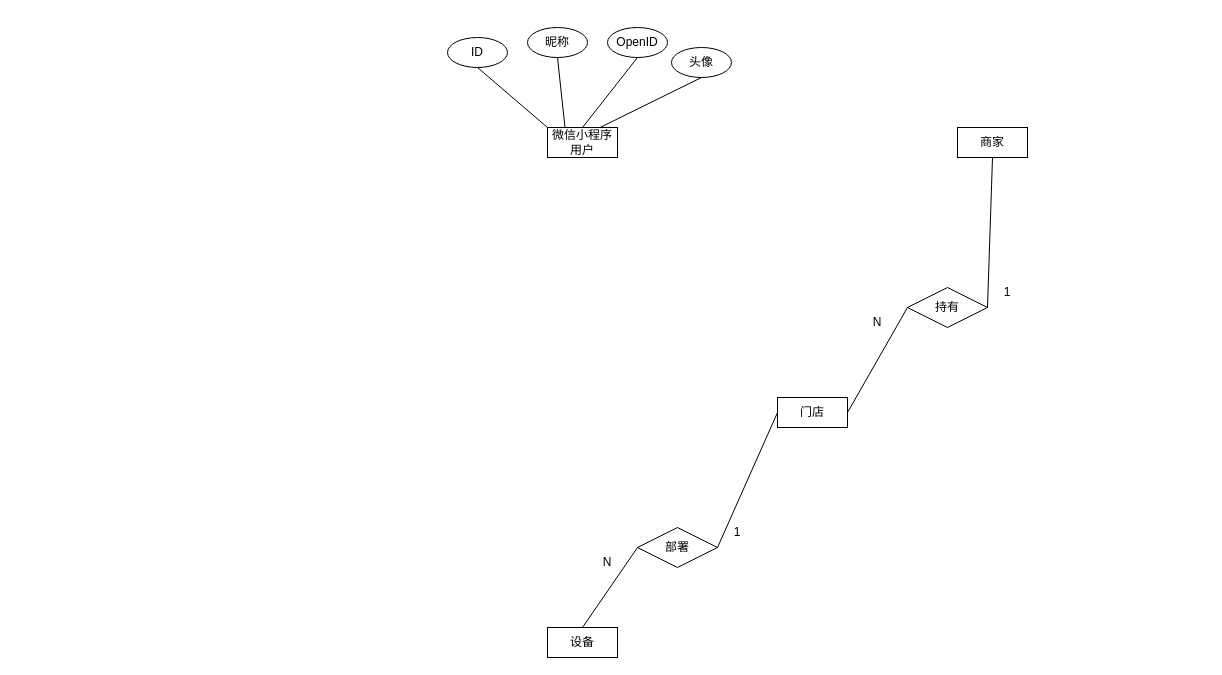
hxb-qwe/yunzhishou keeps this draw.io diagram as 云值守.drawio. Above is the earlier version. Source tidied: cells renumbered, new cells numbered last; positions are measured from the earlier drawing's top-left corner, leaving out a move shared by most shapes. Both pictures are drawn from the tidied source at 100%, with x=0, y=0 at pixel (447, 27).
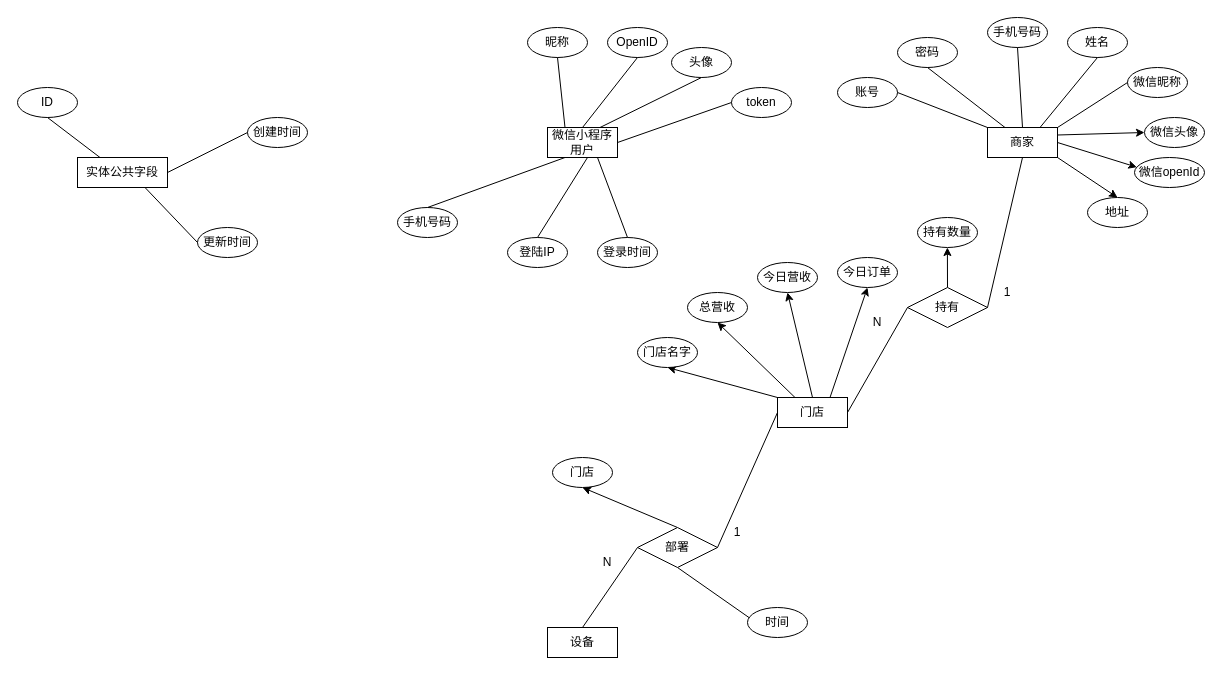
Above is the later version.

Commit message:
更新云值守.drawio

Unchanged cells that the change refers to:
```xml
<mxCell id="2" value="微信小程序用户" style="rounded=0;whiteSpace=wrap;html=1;" parent="1" vertex="1">
  <mxGeometry x="100" y="100" width="70" height="30" as="geometry" />
</mxCell>
<mxCell id="4" value="门店" style="rounded=0;whiteSpace=wrap;html=1;" parent="1" vertex="1">
  <mxGeometry x="330" y="370" width="70" height="30" as="geometry" />
</mxCell>
<mxCell id="5" value="持有" style="rhombus;whiteSpace=wrap;html=1;" parent="1" vertex="1">
  <mxGeometry x="460" y="260" width="80" height="40" as="geometry" />
</mxCell>
<mxCell id="12" value="部署" style="rhombus;whiteSpace=wrap;html=1;" parent="1" vertex="1">
  <mxGeometry x="190" y="500" width="80" height="40" as="geometry" />
</mxCell>
```

Change to the diagram source:
```diff
@@
+    <mxCell id="25" style="edgeStyle=none;rounded=0;jettySize=auto;html=1;exitX=1;exitY=0.25;exitDx=0;exitDy=0;entryX=0;entryY=0.5;entryDx=0;entryDy=0;" parent="1" edge="1" source="3" target="56">
+      <mxGeometry relative="1" as="geometry" />
+    </mxCell>
+    <mxCell id="26" style="edgeStyle=none;rounded=0;jettySize=auto;html=1;exitX=1;exitY=0.5;exitDx=0;exitDy=0;entryX=0.033;entryY=0.323;entryDx=0;entryDy=0;entryPerimeter=0;" parent="1" edge="1" source="3" target="57">
+      <mxGeometry relative="1" as="geometry" />
+    </mxCell>
+    <mxCell id="27" style="edgeStyle=none;rounded=0;jettySize=auto;html=1;exitX=1;exitY=1;exitDx=0;exitDy=0;entryX=0.5;entryY=0;entryDx=0;entryDy=0;" parent="1" edge="1" source="3" target="58">
+      <mxGeometry relative="1" as="geometry" />
+    </mxCell>
     <mxCell id="3" value="商家" style="rounded=0;whiteSpace=wrap;html=1;" parent="1" vertex="1">
-      <mxGeometry x="510" y="100" width="70" height="30" as="geometry" />
+      <mxGeometry x="540" y="100" width="70" height="30" as="geometry" />
     </mxCell>
+    <mxCell id="28" style="edgeStyle=none;rounded=0;jettySize=auto;html=1;exitX=0;exitY=0;exitDx=0;exitDy=0;entryX=0.5;entryY=1;entryDx=0;entryDy=0;" parent="1" edge="1" source="4" target="61">
+      <mxGeometry relative="1" as="geometry" />
+    </mxCell>
+    <mxCell id="29" style="edgeStyle=none;rounded=0;jettySize=auto;html=1;exitX=0.25;exitY=0;exitDx=0;exitDy=0;entryX=0.5;entryY=1;entryDx=0;entryDy=0;" parent="1" edge="1" source="4" target="62">
+      <mxGeometry relative="1" as="geometry" />
+    </mxCell>
+    <mxCell id="30" style="edgeStyle=none;rounded=0;jettySize=auto;html=1;exitX=0.5;exitY=0;exitDx=0;exitDy=0;entryX=0.5;entryY=1;entryDx=0;entryDy=0;" parent="1" edge="1" source="4" target="63">
+      <mxGeometry relative="1" as="geometry" />
+    </mxCell>
+    <mxCell id="31" style="edgeStyle=none;rounded=0;jettySize=auto;html=1;exitX=0.75;exitY=0;exitDx=0;exitDy=0;entryX=0.5;entryY=1;entryDx=0;entryDy=0;" parent="1" edge="1" source="4" target="64">
+      <mxGeometry relative="1" as="geometry" />
+    </mxCell>
@@
+    <mxCell id="32" style="edgeStyle=none;rounded=0;jettySize=auto;html=1;exitX=0.5;exitY=0;exitDx=0;exitDy=0;" parent="1" edge="1" source="5">
+      <mxGeometry relative="1" as="geometry">
+        <mxPoint x="499.9" y="220" as="targetPoint" />
+      </mxGeometry>
+    </mxCell>
@@
+    <mxCell id="33" style="edgeStyle=none;rounded=0;jettySize=auto;html=1;exitX=0.5;exitY=0;exitDx=0;exitDy=0;entryX=0.5;entryY=1;entryDx=0;entryDy=0;" parent="1" edge="1" source="12" target="67">
+      <mxGeometry relative="1" as="geometry" />
+    </mxCell>
+    <mxCell id="34" style="edgeStyle=none;rounded=0;jettySize=auto;html=1;exitX=0.5;exitY=1;exitDx=0;exitDy=0;entryX=0.5;entryY=1;entryDx=0;entryDy=0;" parent="1" edge="1" source="12" target="66">
+      <mxGeometry relative="1" as="geometry" />
+    </mxCell>
@@
     <mxCell id="16" value="ID" style="ellipse;whiteSpace=wrap;html=1;" parent="1" vertex="1">
-      <mxGeometry y="10" width="60" height="30" as="geometry" />
+      <mxGeometry x="-430" y="60" width="60" height="30" as="geometry" />
     </mxCell>
@@
-    <mxCell id="18" style="endArrow=none;html=1;rounded=0;exitX=0.5;exitY=1;exitDx=0;exitDy=0;entryX=0;entryY=0;entryDx=0;entryDy=0;" parent="1" edge="1" source="16" target="2">
+    <mxCell id="18" style="endArrow=none;html=1;rounded=0;exitX=0.5;exitY=1;exitDx=0;exitDy=0;entryX=0.25;entryY=0;entryDx=0;entryDy=0;" parent="1" edge="1" source="16" target="59">
       <mxGeometry relative="1" as="geometry" />
     </mxCell>
@@
+    <mxCell id="35" value="token" style="ellipse;whiteSpace=wrap;html=1;" parent="1" vertex="1">
+      <mxGeometry x="284" y="60" width="60" height="30" as="geometry" />
+    </mxCell>
+    <mxCell id="36" style="endArrow=none;html=1;rounded=0;exitX=1;exitY=0.5;exitDx=0;exitDy=0;entryX=0;entryY=0.5;entryDx=0;entryDy=0;" parent="1" edge="1" source="2" target="35">
+      <mxGeometry relative="1" as="geometry" />
+    </mxCell>
+    <mxCell id="37" value="创建时间" style="ellipse;whiteSpace=wrap;html=1;" parent="1" vertex="1">
+      <mxGeometry x="-200" y="90" width="60" height="30" as="geometry" />
+    </mxCell>
+    <mxCell id="38" style="endArrow=none;html=1;rounded=0;exitX=1;exitY=0.5;exitDx=0;exitDy=0;entryX=0;entryY=0.5;entryDx=0;entryDy=0;" parent="1" edge="1" source="59" target="37">
+      <mxGeometry relative="1" as="geometry" />
+    </mxCell>
+    <mxCell id="39" value="更新时间" style="ellipse;whiteSpace=wrap;html=1;" parent="1" vertex="1">
+      <mxGeometry x="-250" y="200" width="60" height="30" as="geometry" />
+    </mxCell>
+    <mxCell id="40" style="endArrow=none;html=1;rounded=0;exitX=0;exitY=0.5;exitDx=0;exitDy=0;entryX=0.75;entryY=1;entryDx=0;entryDy=0;" parent="1" edge="1" source="39" target="59">
+      <mxGeometry relative="1" as="geometry" />
+    </mxCell>
+    <mxCell id="41" value="登录时间" style="ellipse;whiteSpace=wrap;html=1;" parent="1" vertex="1">
+      <mxGeometry x="150" y="210" width="60" height="30" as="geometry" />
+    </mxCell>
+    <mxCell id="42" style="endArrow=none;html=1;rounded=0;exitX=0.5;exitY=0;exitDx=0;exitDy=0;" parent="1" edge="1" source="41">
+      <mxGeometry relative="1" as="geometry">
+        <mxPoint x="150" y="130" as="targetPoint" />
+      </mxGeometry>
+    </mxCell>
+    <mxCell id="43" value="登陆IP" style="ellipse;whiteSpace=wrap;html=1;" parent="1" vertex="1">
+      <mxGeometry x="60" y="210" width="60" height="30" as="geometry" />
+    </mxCell>
+    <mxCell id="44" style="endArrow=none;html=1;rounded=0;exitX=0.5;exitY=0;exitDx=0;exitDy=0;" parent="1" edge="1" source="43">
+      <mxGeometry relative="1" as="geometry">
+        <mxPoint x="140" y="130" as="targetPoint" />
+      </mxGeometry>
+    </mxCell>
+    <mxCell id="45" value="账号" style="ellipse;whiteSpace=wrap;html=1;" parent="1" vertex="1">
+      <mxGeometry x="390" y="50" width="60" height="30" as="geometry" />
+    </mxCell>
+    <mxCell id="46" style="endArrow=none;html=1;rounded=0;exitX=1;exitY=0.5;exitDx=0;exitDy=0;entryX=0;entryY=0;entryDx=0;entryDy=0;" parent="1" edge="1" source="45" target="3">
+      <mxGeometry relative="1" as="geometry" />
+    </mxCell>
+    <mxCell id="47" value="密码" style="ellipse;whiteSpace=wrap;html=1;" parent="1" vertex="1">
+      <mxGeometry x="450" y="10" width="60" height="30" as="geometry" />
+    </mxCell>
+    <mxCell id="48" style="endArrow=none;html=1;rounded=0;entryX=0.25;entryY=0;entryDx=0;entryDy=0;exitX=0.5;exitY=1;exitDx=0;exitDy=0;" parent="1" edge="1" source="47" target="3">
+      <mxGeometry relative="1" as="geometry" />
+    </mxCell>
+    <mxCell id="49" value="手机号码" style="ellipse;whiteSpace=wrap;html=1;" parent="1" vertex="1">
+      <mxGeometry x="-50" y="180" width="60" height="30" as="geometry" />
+    </mxCell>
+    <mxCell id="50" style="endArrow=none;html=1;rounded=0;entryX=0.25;entryY=1;entryDx=0;entryDy=0;exitX=0.5;exitY=0;exitDx=0;exitDy=0;" parent="1" edge="1" source="49" target="2">
+      <mxGeometry relative="1" as="geometry" />
+    </mxCell>
+    <mxCell id="51" value="手机号码" style="ellipse;whiteSpace=wrap;html=1;" parent="1" vertex="1">
+      <mxGeometry x="540" y="-10" width="60" height="30" as="geometry" />
+    </mxCell>
+    <mxCell id="52" style="endArrow=none;html=1;rounded=0;exitX=0.5;exitY=0;exitDx=0;exitDy=0;entryX=0.5;entryY=1;entryDx=0;entryDy=0;" parent="1" edge="1" source="3" target="51">
+      <mxGeometry relative="1" as="geometry" />
+    </mxCell>
+    <mxCell id="53" value="姓名" style="ellipse;whiteSpace=wrap;html=1;" parent="1" vertex="1">
+      <mxGeometry x="620" width="60" height="30" as="geometry" />
+    </mxCell>
+    <mxCell id="54" style="endArrow=none;html=1;rounded=0;exitX=0.75;exitY=0;exitDx=0;exitDy=0;entryX=0.5;entryY=1;entryDx=0;entryDy=0;" parent="1" edge="1" source="3" target="53">
+      <mxGeometry relative="1" as="geometry" />
+    </mxCell>
+    <mxCell id="55" value="微信昵称" style="ellipse;whiteSpace=wrap;html=1;" parent="1" vertex="1">
+      <mxGeometry x="680" y="40" width="60" height="30" as="geometry" />
+    </mxCell>
+    <mxCell id="56" value="微信头像" style="ellipse;whiteSpace=wrap;html=1;" parent="1" vertex="1">
+      <mxGeometry x="697" y="90" width="60" height="30" as="geometry" />
+    </mxCell>
+    <mxCell id="57" value="微信openId" style="ellipse;whiteSpace=wrap;html=1;" parent="1" vertex="1">
+      <mxGeometry x="687" y="130" width="70" height="30" as="geometry" />
+    </mxCell>
+    <mxCell id="58" value="地址" style="ellipse;whiteSpace=wrap;html=1;" parent="1" vertex="1">
+      <mxGeometry x="640" y="170" width="60" height="30" as="geometry" />
+    </mxCell>
+    <mxCell id="59" value="实体公共字段" style="rounded=0;whiteSpace=wrap;html=1;" parent="1" vertex="1">
+      <mxGeometry x="-370" y="130" width="90" height="30" as="geometry" />
+    </mxCell>
+    <mxCell id="60" style="endArrow=none;html=1;rounded=0;exitX=1;exitY=0;exitDx=0;exitDy=0;entryX=0;entryY=0.5;entryDx=0;entryDy=0;" parent="1" edge="1" source="3" target="55">
+      <mxGeometry relative="1" as="geometry" />
+    </mxCell>
+    <mxCell id="61" value="门店名字" style="ellipse;whiteSpace=wrap;html=1;" parent="1" vertex="1">
+      <mxGeometry x="190" y="310" width="60" height="30" as="geometry" />
+    </mxCell>
+    <mxCell id="62" value="总营收" style="ellipse;whiteSpace=wrap;html=1;" parent="1" vertex="1">
+      <mxGeometry x="240" y="265" width="60" height="30" as="geometry" />
+    </mxCell>
+    <mxCell id="63" value="今日营收" style="ellipse;whiteSpace=wrap;html=1;" parent="1" vertex="1">
+      <mxGeometry x="310" y="235" width="60" height="30" as="geometry" />
+    </mxCell>
+    <mxCell id="64" value="今日订单" style="ellipse;whiteSpace=wrap;html=1;" parent="1" vertex="1">
+      <mxGeometry x="390" y="230" width="60" height="30" as="geometry" />
+    </mxCell>
+    <mxCell id="65" value="持有数量" style="ellipse;whiteSpace=wrap;html=1;" parent="1" vertex="1">
+      <mxGeometry x="470" y="190" width="60" height="30" as="geometry" />
+    </mxCell>
+    <mxCell id="66" value="时间" style="ellipse;whiteSpace=wrap;html=1;" parent="1" vertex="1">
+      <mxGeometry x="300" y="580" width="60" height="30" as="geometry" />
+    </mxCell>
+    <mxCell id="67" value="门店" style="ellipse;whiteSpace=wrap;html=1;" parent="1" vertex="1">
+      <mxGeometry x="105" y="430" width="60" height="30" as="geometry" />
+    </mxCell>
```
